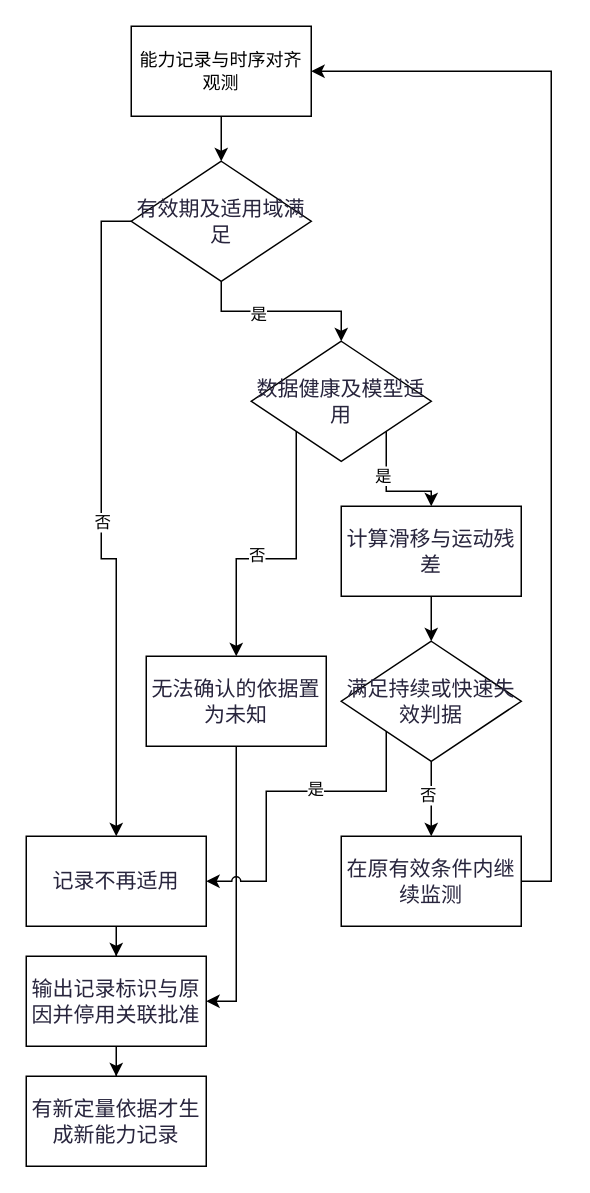
Earlier version of the draw.io diagram patent/一种地面接触能力判断失效后的运动执行方法/图3 能力记录有效性判定流程图.drawio (fenwickxie/drawio-repos). Source tidied: cells renumbered, new cells numbered last; positions are measured from the earlier drawing's top-left corner, leaving out a move shared by most shapes. Both pictures are drawn from the tidied source at 150%, with x=0, y=0 at pixel (26, 26).
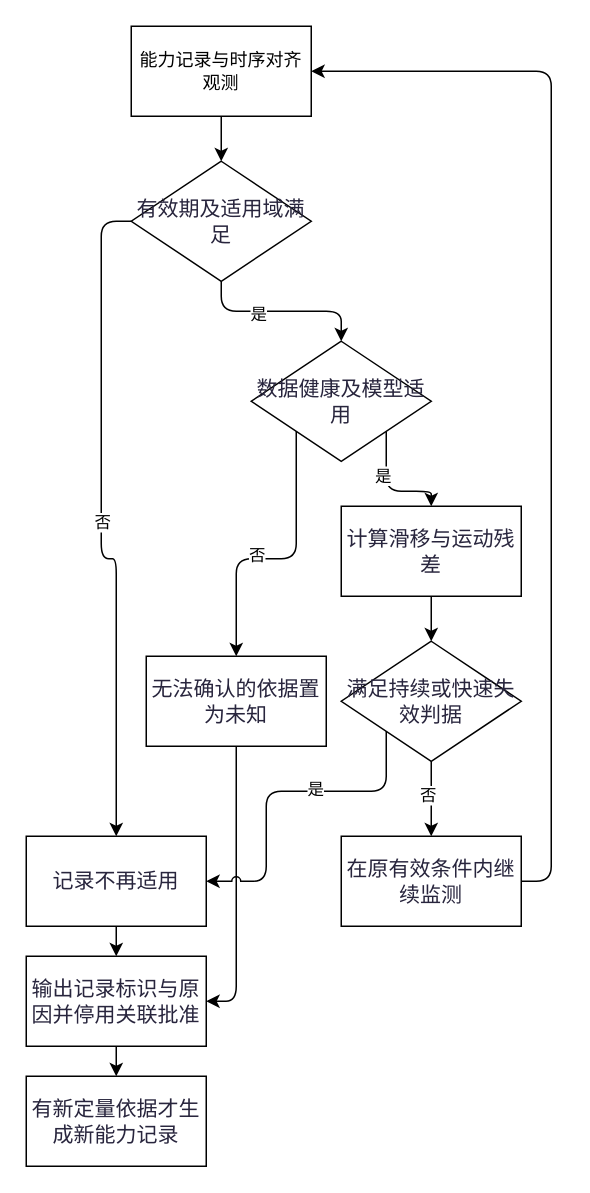
The same diagram, later.

Commit message (it also covers changes not shown here):
更新图3 能力记录有效性判定流程图.drawio

Unchanged cells that the change refers to:
```xml
<mxCell id="3" value="能力记录与时序对齐观测" style="rounded=0;whiteSpace=wrap;html=1;" parent="1" vertex="1">
  <mxGeometry x="70" width="120" height="60" as="geometry" />
</mxCell>
<mxCell id="8" value="&lt;span style=&quot;color: rgb(40, 37, 61); font-family: &amp;quot;Recursive Variable&amp;quot;, arial, sans-serif; font-size: 14px; white-space: break-spaces;&quot;&gt;有效期及适用域满足&lt;/span&gt;" style="rhombus;whiteSpace=wrap;html=1;shapeInside=1;rounded=0;" parent="1" vertex="1">
  <mxGeometry x="70" y="90" width="120" height="80" as="geometry" />
</mxCell>
<mxCell id="13" value="&lt;span style=&quot;color: rgb(40, 37, 61); font-family: &amp;quot;Recursive Variable&amp;quot;, arial, sans-serif; font-size: 14px; white-space: break-spaces;&quot;&gt;数据健康及模型适用&lt;/span&gt;" style="rhombus;whiteSpace=wrap;html=1;shapeInside=1;rounded=0;" parent="1" vertex="1">
  <mxGeometry x="150" y="210" width="120" height="80" as="geometry" />
</mxCell>
<mxCell id="15" value="&lt;span style=&quot;color: rgb(40, 37, 61); font-family: &amp;quot;Recursive Variable&amp;quot;, arial, sans-serif; font-size: 14px; white-space: break-spaces;&quot;&gt;计算滑移与运动残差&lt;/span&gt;" style="whiteSpace=wrap;html=1;rounded=0;" parent="1" vertex="1">
  <mxGeometry x="210" y="320" width="120" height="60" as="geometry" />
</mxCell>
<mxCell id="17" value="&lt;span style=&quot;color: rgb(40, 37, 61); font-family: &amp;quot;Recursive Variable&amp;quot;, arial, sans-serif; font-size: 14px; white-space: break-spaces;&quot;&gt;无法确认的依据置为未知&lt;/span&gt;" style="whiteSpace=wrap;html=1;rounded=0;" parent="1" vertex="1">
  <mxGeometry x="80" y="420" width="120" height="60" as="geometry" />
</mxCell>
<mxCell id="22" value="&lt;span style=&quot;color: rgb(40, 37, 61); font-family: &amp;quot;Recursive Variable&amp;quot;, arial, sans-serif; font-size: 14px; white-space: break-spaces;&quot;&gt;满足持续或快速失效判据&lt;/span&gt;" style="rhombus;whiteSpace=wrap;html=1;shapeInside=1;rounded=0;" parent="1" vertex="1">
  <mxGeometry x="210" y="410" width="120" height="80" as="geometry" />
</mxCell>
<mxCell id="24" value="&lt;span style=&quot;color: rgb(40, 37, 61); font-family: &amp;quot;Recursive Variable&amp;quot;, arial, sans-serif; font-size: 14px; white-space: break-spaces;&quot;&gt;在原有效条件内继续监测&lt;/span&gt;" style="whiteSpace=wrap;html=1;rounded=0;" parent="1" vertex="1">
  <mxGeometry x="210" y="540" width="120" height="60" as="geometry" />
</mxCell>
<mxCell id="26" value="&lt;span style=&quot;color: rgb(40, 37, 61); font-family: &amp;quot;Recursive Variable&amp;quot;, arial, sans-serif; font-size: 14px;&quot;&gt;记录不再适用&lt;/span&gt;" style="whiteSpace=wrap;html=1;rounded=0;" parent="1" vertex="1">
  <mxGeometry y="540" width="120" height="60" as="geometry" />
</mxCell>
<mxCell id="28" value="&lt;span style=&quot;color: rgb(40, 37, 61); font-family: &amp;quot;Recursive Variable&amp;quot;, arial, sans-serif; font-size: 14px; white-space: break-spaces;&quot;&gt;输出记录标识与原因并停用关联批准&lt;/span&gt;" style="whiteSpace=wrap;html=1;rounded=0;" parent="1" vertex="1">
  <mxGeometry y="620" width="120" height="60" as="geometry" />
</mxCell>
<mxCell id="29" value="&lt;span style=&quot;color: rgb(40, 37, 61); font-family: &amp;quot;Recursive Variable&amp;quot;, arial, sans-serif; font-size: 14px; white-space: break-spaces;&quot;&gt;有新定量依据才生成新能力记录&lt;/span&gt;" style="whiteSpace=wrap;html=1;rounded=0;" parent="1" vertex="1">
  <mxGeometry y="700" width="120" height="60" as="geometry" />
</mxCell>
```

Change to the diagram source:
```diff
@@
-    <mxCell id="2" style="edgeStyle=orthogonalEdgeStyle;rounded=0;jettySize=auto;html=1;defaultLabelBackgroundColor=gap;" parent="1" edge="1" source="3" target="8">
+    <mxCell id="2" style="edgeStyle=orthogonalEdgeStyle;rounded=1;jettySize=auto;html=1;defaultLabelBackgroundColor=gap;curved=0;" parent="1" edge="1" source="3" target="8">
       <mxGeometry relative="1" as="geometry" />
     </mxCell>
@@
-    <mxCell id="4" style="edgeStyle=orthogonalEdgeStyle;rounded=0;jettySize=auto;html=1;defaultLabelBackgroundColor=gap;" parent="1" edge="1" source="8" target="13">
+    <mxCell id="4" style="edgeStyle=orthogonalEdgeStyle;rounded=1;jettySize=auto;html=1;defaultLabelBackgroundColor=gap;curved=0;" parent="1" edge="1" source="8" target="13">
       <mxGeometry relative="1" as="geometry" />
     </mxCell>
@@
-    <mxCell id="6" style="edgeStyle=orthogonalEdgeStyle;rounded=0;jettySize=auto;html=1;exitX=0;exitY=0.5;exitDx=0;exitDy=0;entryX=0.5;entryY=0;entryDx=0;entryDy=0;defaultLabelBackgroundColor=gap;" parent="1" edge="1" source="8" target="26">
+    <mxCell id="6" style="edgeStyle=orthogonalEdgeStyle;rounded=1;jettySize=auto;html=1;exitX=0;exitY=0.5;exitDx=0;exitDy=0;entryX=0.5;entryY=0;entryDx=0;entryDy=0;defaultLabelBackgroundColor=gap;curved=0;" parent="1" edge="1" source="8" target="26">
       <mxGeometry relative="1" as="geometry" />
     </mxCell>
@@
-    <mxCell id="9" style="edgeStyle=orthogonalEdgeStyle;rounded=0;jettySize=auto;html=1;defaultLabelBackgroundColor=gap;exitX=1;exitY=1;exitDx=0;exitDy=0;" parent="1" edge="1" source="13" target="15">
+    <mxCell id="9" style="edgeStyle=orthogonalEdgeStyle;rounded=1;jettySize=auto;html=1;defaultLabelBackgroundColor=gap;exitX=1;exitY=1;exitDx=0;exitDy=0;curved=0;" parent="1" edge="1" source="13" target="15">
       <mxGeometry relative="1" as="geometry" />
     </mxCell>
@@
-    <mxCell id="11" style="edgeStyle=orthogonalEdgeStyle;rounded=0;jettySize=auto;html=1;exitX=0;exitY=1;exitDx=0;exitDy=0;entryX=0.5;entryY=0;entryDx=0;entryDy=0;defaultLabelBackgroundColor=gap;" parent="1" edge="1" source="13" target="17">
+    <mxCell id="11" style="edgeStyle=orthogonalEdgeStyle;rounded=1;jettySize=auto;html=1;exitX=0;exitY=1;exitDx=0;exitDy=0;entryX=0.5;entryY=0;entryDx=0;entryDy=0;defaultLabelBackgroundColor=gap;curved=0;" parent="1" edge="1" source="13" target="17">
       <mxGeometry relative="1" as="geometry" />
     </mxCell>
@@
-    <mxCell id="14" style="edgeStyle=orthogonalEdgeStyle;rounded=0;jettySize=auto;html=1;defaultLabelBackgroundColor=gap;" parent="1" edge="1" source="15" target="22">
+    <mxCell id="14" style="edgeStyle=orthogonalEdgeStyle;rounded=1;jettySize=auto;html=1;defaultLabelBackgroundColor=gap;curved=0;" parent="1" edge="1" source="15" target="22">
       <mxGeometry relative="1" as="geometry" />
     </mxCell>
@@
-    <mxCell id="16" style="edgeStyle=orthogonalEdgeStyle;rounded=0;jettySize=auto;html=1;exitX=0.5;exitY=1;exitDx=0;exitDy=0;entryX=1;entryY=0.5;entryDx=0;entryDy=0;defaultLabelBackgroundColor=gap;" parent="1" edge="1" source="17" target="28">
+    <mxCell id="16" style="edgeStyle=orthogonalEdgeStyle;rounded=1;jettySize=auto;html=1;exitX=0.5;exitY=1;exitDx=0;exitDy=0;entryX=1;entryY=0.5;entryDx=0;entryDy=0;defaultLabelBackgroundColor=gap;curved=0;" parent="1" edge="1" source="17" target="28">
       <mxGeometry relative="1" as="geometry" />
     </mxCell>
@@
-    <mxCell id="18" style="edgeStyle=orthogonalEdgeStyle;rounded=0;jettySize=auto;html=1;defaultLabelBackgroundColor=gap;" parent="1" edge="1" source="22" target="24">
+    <mxCell id="18" style="edgeStyle=orthogonalEdgeStyle;rounded=1;jettySize=auto;html=1;defaultLabelBackgroundColor=gap;curved=0;" parent="1" edge="1" source="22" target="24">
       <mxGeometry relative="1" as="geometry" />
     </mxCell>
@@
-    <mxCell id="20" style="edgeStyle=orthogonalEdgeStyle;rounded=0;jettySize=auto;html=1;defaultLabelBackgroundColor=gap;exitX=0;exitY=1;exitDx=0;exitDy=0;jumpStyle=arc;entryX=1;entryY=0.5;entryDx=0;entryDy=0;" parent="1" edge="1" source="22" target="26">
+    <mxCell id="20" style="edgeStyle=orthogonalEdgeStyle;rounded=1;jettySize=auto;html=1;defaultLabelBackgroundColor=gap;exitX=0;exitY=1;exitDx=0;exitDy=0;jumpStyle=arc;entryX=1;entryY=0.5;entryDx=0;entryDy=0;curved=0;" parent="1" edge="1" source="22" target="26">
       <mxGeometry relative="1" as="geometry">
         <Array as="points">
           <mxPoint x="240" y="510" />
           <mxPoint x="160" y="510" />
           <mxPoint x="160" y="570" />
         </Array>
       </mxGeometry>
     </mxCell>
@@
-    <mxCell id="23" style="edgeStyle=orthogonalEdgeStyle;rounded=0;jettySize=auto;html=1;exitX=1;exitY=0.5;exitDx=0;exitDy=0;entryX=1;entryY=0.5;entryDx=0;entryDy=0;defaultLabelBackgroundColor=gap;" parent="1" edge="1" source="24" target="3">
+    <mxCell id="23" style="edgeStyle=orthogonalEdgeStyle;rounded=1;jettySize=auto;html=1;exitX=1;exitY=0.5;exitDx=0;exitDy=0;entryX=1;entryY=0.5;entryDx=0;entryDy=0;defaultLabelBackgroundColor=gap;curved=0;" parent="1" edge="1" source="24" target="3">
       <mxGeometry relative="1" as="geometry" />
     </mxCell>
@@
-    <mxCell id="25" style="edgeStyle=orthogonalEdgeStyle;rounded=0;jettySize=auto;html=1;defaultLabelBackgroundColor=gap;" parent="1" edge="1" source="26" target="28">
+    <mxCell id="25" style="edgeStyle=orthogonalEdgeStyle;rounded=1;jettySize=auto;html=1;defaultLabelBackgroundColor=gap;curved=0;" parent="1" edge="1" source="26" target="28">
       <mxGeometry relative="1" as="geometry" />
     </mxCell>
@@
-    <mxCell id="27" style="edgeStyle=orthogonalEdgeStyle;rounded=0;jettySize=auto;html=1;defaultLabelBackgroundColor=gap;" parent="1" edge="1" source="28" target="29">
+    <mxCell id="27" style="edgeStyle=orthogonalEdgeStyle;rounded=1;jettySize=auto;html=1;defaultLabelBackgroundColor=gap;curved=0;" parent="1" edge="1" source="28" target="29">
       <mxGeometry relative="1" as="geometry" />
     </mxCell>
```
